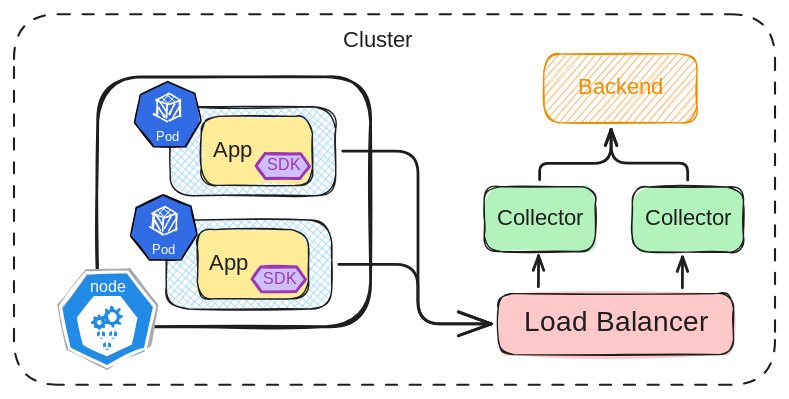
This is assets/collector-service.excalidraw.svg from ninoCan/talk-otel, a Excalidraw export, as it was before one commit. Source tidied: one line per element, renumbered; positions are measured from the earlier drawing's top-left corner, leaving out a move shared by most shapes. Its diagram source:
```json
{"id": 0, "type": "rectangle", "strokeColor": "#1e1e1e", "strokeWidth": 2, "roughness": 1, "round": true, "x": 60, "y": 45, "width": 195, "height": 179}
{"id": 1, "type": "line", "strokeColor": "#aaa", "strokeWidth": 4, "roughness": 1, "x": 66, "y": 251, "width": 68, "height": 68, "points": [[0, 0], [-27, -13], [-33, -43], [-14, -67], [16, -68], [35, -43], [30, -15], [1, 1]]}
{"id": 2, "type": "line", "strokeColor": "#fff", "backgroundColor": "#228be6", "fillStyle": "solid", "strokeWidth": 2, "roughness": 1, "x": 67, "y": 252, "width": 67, "height": 68, "points": [[0, 0], [-27, -13], [-33, -43], [-15, -67], [15, -68], [34, -43], [27, -13], [0, 0]]}
{"id": 3, "type": "line", "strokeColor": "#fff", "backgroundColor": "#fff", "fillStyle": "solid", "strokeWidth": 2, "roughness": 1, "x": 66, "y": 243, "width": 41, "height": 41, "points": [[0, 0], [-16, -8], [-20, -26], [-9, -41], [9, -41], [21, -26], [17, -8], [0, 0]]}
{"id": 4, "type": "line", "strokeColor": "#fff", "backgroundColor": "#228be6", "fillStyle": "solid", "strokeWidth": 1, "roughness": 1, "x": 59, "y": 231, "width": 3, "height": 6, "points": [[0, 0], [0, -4], [3, -6], [3, -1], [0, 0]]}
{"id": 5, "type": "line", "strokeColor": "#fff", "backgroundColor": "#228be6", "fillStyle": "solid", "strokeWidth": 1, "roughness": 1, "x": 66, "y": 231, "width": 3, "height": 6, "points": [[0, 0], [-3, -1], [-3, -6], [0, -4], [0, 0]]}
{"id": 6, "type": "line", "strokeColor": "#fff", "backgroundColor": "#228be6", "fillStyle": "solid", "strokeWidth": 1, "roughness": 1, "x": 59, "y": 231, "width": 7, "height": 2, "points": [[0, 0], [3, -1], [7, 0], [3, 1], [0, 0]]}
{"id": 7, "type": "line", "strokeColor": "#fff", "backgroundColor": "#228be6", "fillStyle": "solid", "strokeWidth": 1, "roughness": 1, "x": 67, "y": 231, "width": 3, "height": 6, "points": [[0, 0], [0, -4], [3, -6], [3, -1], [0, 0]]}
{"id": 8, "type": "line", "strokeColor": "#fff", "backgroundColor": "#228be6", "fillStyle": "solid", "strokeWidth": 1, "roughness": 1, "x": 74, "y": 231, "width": 3, "height": 6, "points": [[0, 0], [-3, -1], [-3, -6], [0, -4], [0, 0]]}
{"id": 9, "type": "line", "strokeColor": "#fff", "backgroundColor": "#228be6", "fillStyle": "solid", "strokeWidth": 1, "roughness": 1, "x": 68, "y": 231, "width": 7, "height": 2, "points": [[0, 0], [3, -1], [7, 0], [3, 1], [0, 0]]}
{"id": 10, "type": "line", "strokeColor": "#fff", "backgroundColor": "#228be6", "fillStyle": "solid", "strokeWidth": 1, "roughness": 1, "x": 63, "y": 239, "width": 3, "height": 6, "points": [[0, 0], [0, -4], [3, -6], [3, -1], [0, 0]]}
{"id": 11, "type": "line", "strokeColor": "#fff", "backgroundColor": "#228be6", "fillStyle": "solid", "strokeWidth": 1, "roughness": 1, "x": 70, "y": 239, "width": 3, "height": 6, "points": [[0, 0], [-3, -1], [-3, -6], [0, -4], [0, 0]]}
{"id": 12, "type": "line", "strokeColor": "#fff", "backgroundColor": "#228be6", "fillStyle": "solid", "strokeWidth": 1, "roughness": 1, "x": 63, "y": 239, "width": 7, "height": 2, "points": [[0, 0], [3, -1], [7, 0], [3, 1], [0, 0]]}
{"id": 13, "type": "ellipse", "strokeColor": "#228be6", "strokeWidth": 2, "roughness": 1, "round": true, "x": 58, "y": 217, "width": 6, "height": 6}
{"id": 14, "type": "line", "strokeColor": "#228be6", "strokeWidth": 2, "roughness": 1, "round": true, "x": 61, "y": 223, "width": 0, "height": 1, "points": [[0, 0], [0, 1]]}
{"id": 15, "type": "line", "strokeColor": "#228be6", "strokeWidth": 2, "roughness": 1, "round": true, "x": 63, "y": 223, "width": 1, "height": 0, "points": [[0, 0], [1, 0]]}
{"id": 16, "type": "line", "strokeColor": "#228be6", "strokeWidth": 2, "roughness": 1, "round": true, "x": 64, "y": 220, "width": 2, "height": 0, "points": [[0, 0], [2, 0]]}
{"id": 17, "type": "line", "strokeColor": "#228be6", "strokeWidth": 2, "roughness": 1, "round": true, "x": 63, "y": 218, "width": 1, "height": 1, "points": [[0, 0], [1, -1]]}
{"id": 18, "type": "line", "strokeColor": "#228be6", "strokeWidth": 2, "roughness": 1, "round": true, "x": 61, "y": 217, "width": 0, "height": 1, "points": [[0, 0], [0, -1]]}
{"id": 19, "type": "line", "strokeColor": "#228be6", "strokeWidth": 2, "roughness": 1, "round": true, "x": 59, "y": 218, "width": 1, "height": 1, "points": [[0, 0], [-1, -1]]}
{"id": 20, "type": "line", "strokeColor": "#228be6", "strokeWidth": 2, "roughness": 1, "round": true, "x": 58, "y": 220, "width": 2, "height": 0, "points": [[0, 0], [-2, 0]]}
{"id": 21, "type": "line", "strokeColor": "#228be6", "strokeWidth": 2, "roughness": 1, "round": true, "x": 59, "y": 223, "width": 1, "height": 0, "points": [[0, 0], [-1, 0]]}
{"id": 22, "type": "ellipse", "strokeColor": "#228be6", "strokeWidth": 2, "roughness": 1, "round": true, "x": 66, "y": 212, "width": 9, "height": 9}
{"id": 23, "type": "line", "strokeColor": "#228be6", "strokeWidth": 2, "roughness": 1, "round": true, "x": 70, "y": 221, "width": 1, "height": 2, "points": [[0, 0], [1, 2]]}
{"id": 24, "type": "line", "strokeColor": "#228be6", "strokeWidth": 2, "roughness": 1, "round": true, "x": 73, "y": 220, "width": 2, "height": 1, "points": [[0, 0], [2, 1]]}
{"id": 25, "type": "line", "strokeColor": "#228be6", "strokeWidth": 2, "roughness": 1, "round": true, "x": 74, "y": 217, "width": 2, "height": 0, "points": [[0, 0], [2, 0]]}
{"id": 26, "type": "line", "strokeColor": "#228be6", "strokeWidth": 2, "roughness": 1, "round": true, "x": 74, "y": 213, "width": 1, "height": 2, "points": [[0, 0], [1, -2]]}
{"id": 27, "type": "line", "strokeColor": "#228be6", "strokeWidth": 2, "roughness": 1, "round": true, "x": 70, "y": 212, "width": 0, "height": 2, "points": [[0, 0], [0, -2]]}
{"id": 28, "type": "line", "strokeColor": "#228be6", "strokeWidth": 2, "roughness": 1, "round": true, "x": 67, "y": 213, "width": 2, "height": 2, "points": [[0, 0], [-2, -2]]}
{"id": 29, "type": "line", "strokeColor": "#228be6", "strokeWidth": 2, "roughness": 1, "round": true, "x": 66, "y": 217, "width": 3, "height": 0, "points": [[0, 0], [-3, 0]]}
{"id": 30, "type": "line", "strokeColor": "#228be6", "strokeWidth": 2, "roughness": 1, "round": true, "x": 68, "y": 220, "width": 2, "height": 0, "points": [[0, 0], [-2, 0]]}
{"id": 31, "type": "text", "text": "node", "strokeColor": "#fff", "strokeWidth": 2, "roughness": 1, "fontSize": 11.41, "fontFamily": 1, "textAlign": "center", "x": 55, "y": 188, "width": 24, "height": 14}
{"id": 32, "type": "rectangle", "strokeColor": "#1e1e1e", "backgroundColor": "#b2f2bb", "fillStyle": "solid", "strokeWidth": 1, "roughness": 1, "round": true, "x": 442, "y": 124, "width": 79, "height": 46}
{"id": 33, "type": "text", "text": "Collector", "strokeColor": "#1e1e1e", "backgroundColor": "#b2f2bb", "fillStyle": "solid", "strokeWidth": 1, "roughness": 1, "fontSize": 16, "fontFamily": 5, "textAlign": "center", "verticalAlign": "middle", "inside": 32, "x": 447, "y": 137, "width": 69, "height": 20}
{"id": 34, "type": "rectangle", "strokeColor": "#1e1e1e", "backgroundColor": "#a5d8ff", "fillStyle": "cross-hatch", "strokeWidth": 1, "roughness": 1, "round": true, "x": 112, "y": 66, "width": 118, "height": 64}
{"id": 35, "type": "rectangle", "strokeColor": "#1e1e1e", "backgroundColor": "#ffec99", "fillStyle": "solid", "strokeWidth": 1, "roughness": 1, "round": true, "x": 134, "y": 73, "width": 79, "height": 49}
{"id": 36, "type": "text", "text": " App", "strokeColor": "#1e1e1e", "backgroundColor": "#b2f2bb", "fillStyle": "solid", "strokeWidth": 1, "roughness": 1, "fontSize": 16, "fontFamily": 5, "verticalAlign": "middle", "inside": 35, "x": 139, "y": 88, "width": 34, "height": 20}
{"id": 37, "type": "line", "strokeColor": "#9c36b5", "backgroundColor": "#d0bfff", "fillStyle": "solid", "strokeWidth": 2, "roughness": 1, "x": 179, "y": 100, "width": 38, "height": 18, "points": [[0, 0], [25, 0], [32, 9], [25, 18], [0, 18], [-6, 9], [0, 0]]}
{"id": 38, "type": "text", "text": "SDK", "strokeColor": "#9c36b5", "strokeWidth": 2, "roughness": 1, "fontSize": 11.63, "fontFamily": 1, "textAlign": "center", "x": 181, "y": 101, "width": 23, "height": 15}
{"id": 39, "type": "line", "strokeColor": "#000000", "backgroundColor": "#326ce5", "fillStyle": "solid", "strokeWidth": 1, "roughness": 1, "x": 110, "y": 48, "width": 48, "height": 47, "points": [[0, 0], [-20, 9], [-24, 29], [-10, 47], [13, 46], [24, 28], [19, 8], [0, 0]]}
{"id": 40, "type": "text", "text": "Pod", "strokeColor": "#fff", "strokeWidth": 4, "roughness": 1, "fontSize": 9.21, "fontFamily": 1, "x": 102, "y": 82, "width": 18, "height": 12}
{"id": 41, "type": "arrow", "strokeColor": "#fff", "backgroundColor": "#fff", "fillStyle": "cross-hatch", "strokeWidth": 1, "roughness": 1, "round": true, "from": 46, "to": 40, "x": 110, "y": 65, "width": 0, "height": 9, "points": [[0, 0], [0, 9]]}
{"id": 42, "type": "arrow", "strokeColor": "#fff", "backgroundColor": "#fff", "fillStyle": "cross-hatch", "strokeWidth": 1, "roughness": 1, "round": true, "from": 46, "x": 111, "y": 76, "width": 8, "height": 4, "points": [[0, 0], [8, -4]]}
{"id": 43, "type": "arrow", "strokeColor": "#fff", "backgroundColor": "#fff", "fillStyle": "cross-hatch", "strokeWidth": 1, "roughness": 1, "round": true, "from": 46, "x": 119, "y": 61, "width": 0, "height": 12, "points": [[0, 0], [0, 12]]}
{"id": 44, "type": "arrow", "strokeColor": "#fff", "backgroundColor": "#fff", "fillStyle": "cross-hatch", "strokeWidth": 1, "roughness": 1, "round": true, "from": 46, "x": 109, "y": 77, "width": 9, "height": 6, "points": [[0, 0], [-9, -6]]}
{"id": 45, "type": "arrow", "strokeColor": "#fff", "backgroundColor": "#fff", "fillStyle": "cross-hatch", "strokeWidth": 1, "roughness": 1, "round": true, "to": 46, "x": 102, "y": 72, "width": 1, "height": 11, "points": [[0, 0], [1, -11]]}
{"id": 46, "type": "diamond", "strokeColor": "#fff", "backgroundColor": "#fff", "fillStyle": "cross-hatch", "strokeWidth": 1, "roughness": 1, "x": 102, "y": 57, "width": 18, "height": 8}
{"id": 47, "type": "line", "strokeColor": "#fff", "backgroundColor": "#fff", "fillStyle": "cross-hatch", "strokeWidth": 1, "roughness": 1, "round": true, "x": 115, "y": 64, "width": 4, "height": 7, "points": [[0, 0], [-4, 7]]}
{"id": 48, "type": "line", "strokeColor": "#fff", "backgroundColor": "#fff", "fillStyle": "cross-hatch", "strokeWidth": 1, "roughness": 1, "round": true, "x": 104, "y": 62, "width": 4, "height": 7, "points": [[0, 0], [4, 7]]}
{"id": 49, "type": "line", "strokeColor": "#fff", "backgroundColor": "#fff", "fillStyle": "cross-hatch", "strokeWidth": 1, "roughness": 1, "round": true, "x": 118, "y": 66, "width": 4, "height": 7, "points": [[0, 0], [-4, 7]]}
{"id": 50, "type": "line", "strokeColor": "#fff", "backgroundColor": "#fff", "fillStyle": "cross-hatch", "strokeWidth": 1, "roughness": 1, "round": true, "x": 103, "y": 67, "width": 4, "height": 7, "points": [[0, 0], [4, 7]]}
{"id": 51, "type": "rectangle", "strokeColor": "#1e1e1e", "backgroundColor": "#b2f2bb", "fillStyle": "solid", "strokeWidth": 1, "roughness": 1, "round": true, "x": 336, "y": 123, "width": 79, "height": 46}
{"id": 52, "type": "text", "text": "Collector", "strokeColor": "#1e1e1e", "backgroundColor": "#b2f2bb", "fillStyle": "solid", "strokeWidth": 1, "roughness": 1, "fontSize": 16, "fontFamily": 5, "textAlign": "center", "verticalAlign": "middle", "inside": 51, "x": 341, "y": 136, "width": 69, "height": 20}
{"id": 53, "type": "rectangle", "strokeColor": "#f08c00", "backgroundColor": "#ffa94d", "fillStyle": "hachure", "strokeWidth": 1, "roughness": 1, "round": true, "x": 379, "y": 28, "width": 109, "height": 49}
{"id": 54, "type": "text", "text": "Backend", "strokeColor": "#f08c00", "backgroundColor": "#ffa94d", "fillStyle": "hachure", "strokeWidth": 1, "roughness": 1, "fontSize": 16, "fontFamily": 5, "textAlign": "center", "verticalAlign": "middle", "inside": 53, "x": 401, "y": 43, "width": 65, "height": 20}
{"id": 55, "type": "arrow", "strokeColor": "#1e1e1e", "backgroundColor": "#ffa94d", "fillStyle": "hachure", "strokeWidth": 2, "roughness": 0, "endArrowhead": "arrow", "from": 32, "to": 53, "x": 481, "y": 119, "width": 55, "height": 36, "points": [[0, 0], [0, -12], [-55, -12], [-55, -36]]}
{"id": 56, "type": "arrow", "strokeColor": "#1e1e1e", "backgroundColor": "#ffa94d", "fillStyle": "hachure", "strokeWidth": 2, "roughness": 0, "endArrowhead": "arrow", "from": 51, "to": 53, "x": 376, "y": 118, "width": 51, "height": 36, "points": [[0, 0], [0, -12], [51, -12], [51, -36]]}
{"id": 57, "type": "rectangle", "strokeColor": "#1e1e1e", "strokeWidth": 1, "strokeStyle": "dashed", "roughness": 0, "round": true, "x": 0, "y": 0, "width": 544, "height": 265}
{"id": 58, "type": "text", "text": "Cluster", "strokeColor": "#1e1e1e", "strokeWidth": 1, "strokeStyle": "dashed", "roughness": 0, "fontSize": 16, "fontFamily": 5, "x": 235, "y": 9, "width": 55, "height": 20}
{"id": 59, "type": "rectangle", "strokeColor": "#1e1e1e", "backgroundColor": "#a5d8ff", "fillStyle": "cross-hatch", "strokeWidth": 1, "roughness": 1, "round": true, "x": 109, "y": 147, "width": 118, "height": 64}
{"id": 60, "type": "rectangle", "strokeColor": "#1e1e1e", "backgroundColor": "#ffec99", "fillStyle": "solid", "strokeWidth": 1, "roughness": 1, "round": true, "x": 131, "y": 154, "width": 79, "height": 49}
{"id": 61, "type": "text", "text": " App", "strokeColor": "#1e1e1e", "backgroundColor": "#b2f2bb", "fillStyle": "solid", "strokeWidth": 1, "roughness": 1, "fontSize": 16, "fontFamily": 5, "verticalAlign": "middle", "inside": 60, "x": 136, "y": 169, "width": 34, "height": 20}
{"id": 62, "type": "line", "strokeColor": "#9c36b5", "backgroundColor": "#d0bfff", "fillStyle": "solid", "strokeWidth": 2, "roughness": 1, "x": 176, "y": 181, "width": 38, "height": 18, "points": [[0, 0], [25, 0], [32, 9], [25, 18], [0, 18], [-6, 9], [0, 0]]}
{"id": 63, "type": "text", "text": "SDK", "strokeColor": "#9c36b5", "strokeWidth": 2, "roughness": 1, "fontSize": 11.63, "fontFamily": 1, "textAlign": "center", "x": 178, "y": 182, "width": 23, "height": 15}
{"id": 64, "type": "line", "strokeColor": "#000000", "backgroundColor": "#326ce5", "fillStyle": "solid", "strokeWidth": 1, "roughness": 1, "x": 107, "y": 129, "width": 48, "height": 47, "points": [[0, 0], [-20, 9], [-24, 29], [-10, 47], [13, 46], [24, 28], [19, 8], [0, 0]]}
{"id": 65, "type": "text", "text": "Pod", "strokeColor": "#fff", "strokeWidth": 4, "roughness": 1, "fontSize": 9.21, "fontFamily": 1, "x": 99, "y": 163, "width": 18, "height": 12}
{"id": 66, "type": "arrow", "strokeColor": "#fff", "backgroundColor": "#fff", "fillStyle": "cross-hatch", "strokeWidth": 1, "roughness": 1, "round": true, "from": 71, "to": 65, "x": 107, "y": 146, "width": 0, "height": 9, "points": [[0, 0], [0, 9]]}
{"id": 67, "type": "arrow", "strokeColor": "#fff", "backgroundColor": "#fff", "fillStyle": "cross-hatch", "strokeWidth": 1, "roughness": 1, "round": true, "from": 71, "x": 108, "y": 157, "width": 8, "height": 4, "points": [[0, 0], [8, -4]]}
{"id": 68, "type": "arrow", "strokeColor": "#fff", "backgroundColor": "#fff", "fillStyle": "cross-hatch", "strokeWidth": 1, "roughness": 1, "round": true, "from": 71, "x": 116, "y": 142, "width": 0, "height": 12, "points": [[0, 0], [0, 12]]}
{"id": 69, "type": "arrow", "strokeColor": "#fff", "backgroundColor": "#fff", "fillStyle": "cross-hatch", "strokeWidth": 1, "roughness": 1, "round": true, "from": 71, "x": 106, "y": 158, "width": 9, "height": 6, "points": [[0, 0], [-9, -6]]}
{"id": 70, "type": "arrow", "strokeColor": "#fff", "backgroundColor": "#fff", "fillStyle": "cross-hatch", "strokeWidth": 1, "roughness": 1, "round": true, "to": 71, "x": 99, "y": 153, "width": 1, "height": 11, "points": [[0, 0], [1, -11]]}
{"id": 71, "type": "diamond", "strokeColor": "#fff", "backgroundColor": "#fff", "fillStyle": "cross-hatch", "strokeWidth": 1, "roughness": 1, "x": 99, "y": 137, "width": 18, "height": 8}
{"id": 72, "type": "line", "strokeColor": "#fff", "backgroundColor": "#fff", "fillStyle": "cross-hatch", "strokeWidth": 1, "roughness": 1, "round": true, "x": 112, "y": 145, "width": 4, "height": 7, "points": [[0, 0], [-4, 7]]}
{"id": 73, "type": "line", "strokeColor": "#fff", "backgroundColor": "#fff", "fillStyle": "cross-hatch", "strokeWidth": 1, "roughness": 1, "round": true, "x": 101, "y": 143, "width": 4, "height": 7, "points": [[0, 0], [4, 7]]}
{"id": 74, "type": "line", "strokeColor": "#fff", "backgroundColor": "#fff", "fillStyle": "cross-hatch", "strokeWidth": 1, "roughness": 1, "round": true, "x": 115, "y": 147, "width": 4, "height": 7, "points": [[0, 0], [-4, 7]]}
{"id": 75, "type": "line", "strokeColor": "#fff", "backgroundColor": "#fff", "fillStyle": "cross-hatch", "strokeWidth": 1, "roughness": 1, "round": true, "x": 100, "y": 148, "width": 4, "height": 7, "points": [[0, 0], [4, 7]]}
{"id": 76, "type": "rectangle", "strokeColor": "#1e1e1e", "backgroundColor": "#ffc9c9", "fillStyle": "solid", "strokeWidth": 1, "roughness": 1, "round": true, "x": 346, "y": 199, "width": 168, "height": 44}
{"id": 77, "type": "text", "text": "Load Balancer", "strokeColor": "#1e1e1e", "backgroundColor": "#ffc9c9", "fillStyle": "solid", "strokeWidth": 2, "roughness": 1, "fontSize": 20, "fontFamily": 5, "textAlign": "center", "verticalAlign": "middle", "inside": 76, "x": 362, "y": 209, "width": 137, "height": 25}
{"id": 78, "type": "arrow", "strokeColor": "#1e1e1e", "backgroundColor": "#ffc9c9", "fillStyle": "solid", "strokeWidth": 2, "roughness": 0, "endArrowhead": "arrow", "from": 34, "to": 76, "x": 235, "y": 98, "width": 106, "height": 123, "points": [[0, 0], [54, 0], [54, 123], [106, 123]]}
{"id": 79, "type": "arrow", "strokeColor": "#1e1e1e", "backgroundColor": "#ffc9c9", "fillStyle": "solid", "strokeWidth": 2, "roughness": 0, "endArrowhead": "arrow", "from": 59, "to": 76, "x": 232, "y": 179, "width": 109, "height": 42, "points": [[0, 0], [57, 0], [57, 42], [109, 42]]}
{"id": 80, "type": "arrow", "strokeColor": "#1e1e1e", "backgroundColor": "#ffc9c9", "fillStyle": "solid", "strokeWidth": 2, "roughness": 0, "endArrowhead": "arrow", "x": 478, "y": 196, "width": 0, "height": 22, "points": [[0, 0], [0, -22]]}
{"id": 81, "type": "arrow", "strokeColor": "#1e1e1e", "backgroundColor": "#ffc9c9", "fillStyle": "solid", "strokeWidth": 2, "roughness": 0, "endArrowhead": "arrow", "x": 375, "y": 195, "width": 0, "height": 22, "points": [[0, 0], [0, -22]]}
```
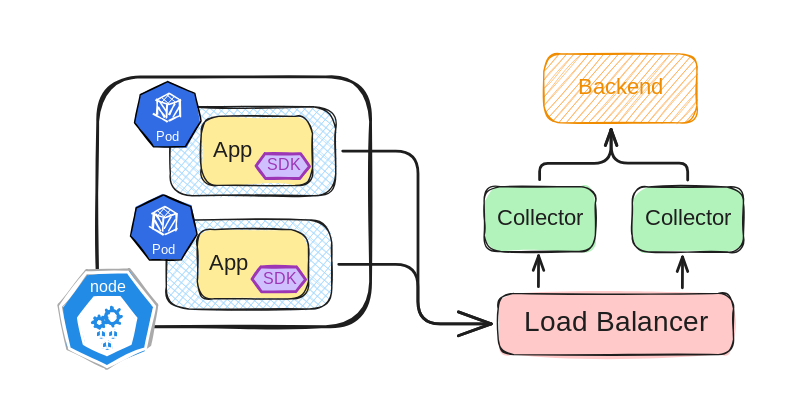
The same file after the commit.

The edit, as a diff of the source:
```diff
@@ -55,8 +55,6 @@
 {"id": 54, "type": "text", "text": "Backend", "strokeColor": "#f08c00", "backgroundColor": "#ffa94d", "fillStyle": "hachure", "strokeWidth": 1, "roughness": 1, "fontSize": 16, "fontFamily": 5, "textAlign": "center", "verticalAlign": "middle", "inside": 53, "x": 401, "y": 43, "width": 65, "height": 20}
 {"id": 55, "type": "arrow", "strokeColor": "#1e1e1e", "backgroundColor": "#ffa94d", "fillStyle": "hachure", "strokeWidth": 2, "roughness": 0, "endArrowhead": "arrow", "from": 32, "to": 53, "x": 481, "y": 119, "width": 55, "height": 36, "points": [[0, 0], [0, -12], [-55, -12], [-55, -36]]}
 {"id": 56, "type": "arrow", "strokeColor": "#1e1e1e", "backgroundColor": "#ffa94d", "fillStyle": "hachure", "strokeWidth": 2, "roughness": 0, "endArrowhead": "arrow", "from": 51, "to": 53, "x": 376, "y": 118, "width": 51, "height": 36, "points": [[0, 0], [0, -12], [51, -12], [51, -36]]}
-{"id": 57, "type": "rectangle", "strokeColor": "#1e1e1e", "strokeWidth": 1, "strokeStyle": "dashed", "roughness": 0, "round": true, "x": 0, "y": 0, "width": 544, "height": 265}
-{"id": 58, "type": "text", "text": "Cluster", "strokeColor": "#1e1e1e", "strokeWidth": 1, "strokeStyle": "dashed", "roughness": 0, "fontSize": 16, "fontFamily": 5, "x": 235, "y": 9, "width": 55, "height": 20}
 {"id": 59, "type": "rectangle", "strokeColor": "#1e1e1e", "backgroundColor": "#a5d8ff", "fillStyle": "cross-hatch", "strokeWidth": 1, "roughness": 1, "round": true, "x": 109, "y": 147, "width": 118, "height": 64}
 {"id": 60, "type": "rectangle", "strokeColor": "#1e1e1e", "backgroundColor": "#ffec99", "fillStyle": "solid", "strokeWidth": 1, "roughness": 1, "round": true, "x": 131, "y": 154, "width": 79, "height": 49}
 {"id": 61, "type": "text", "text": " App", "strokeColor": "#1e1e1e", "backgroundColor": "#b2f2bb", "fillStyle": "solid", "strokeWidth": 1, "roughness": 1, "fontSize": 16, "fontFamily": 5, "verticalAlign": "middle", "inside": 60, "x": 136, "y": 169, "width": 34, "height": 20}
```
